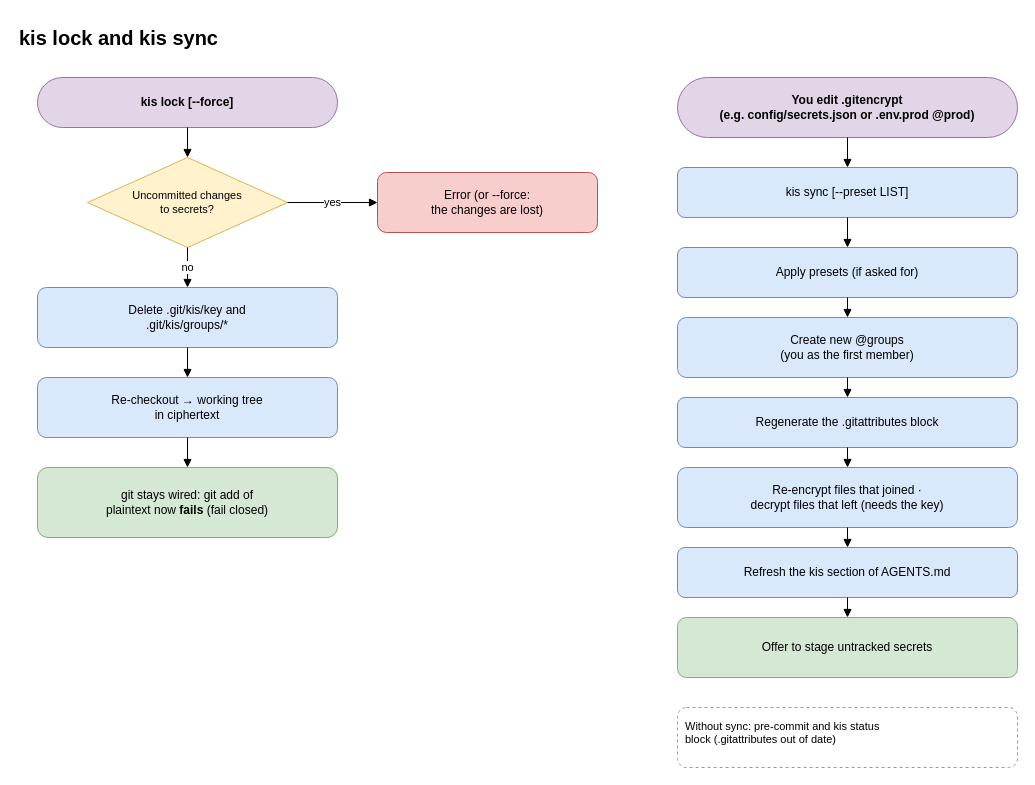
Above: page "9 · kis lock / kis sync" (9 of 13) of docs/diagrams/kis-flows.drawio in juanfraherrero/keep-in-secret (draw.io), before the change. Source tidied: cells renumbered, new cells numbered last; positions are measured from the earlier drawing's top-left corner, leaving out a move shared by most shapes. Both pictures are drawn from the tidied source at 100%, with x=0, y=0 at pixel (17, 17).
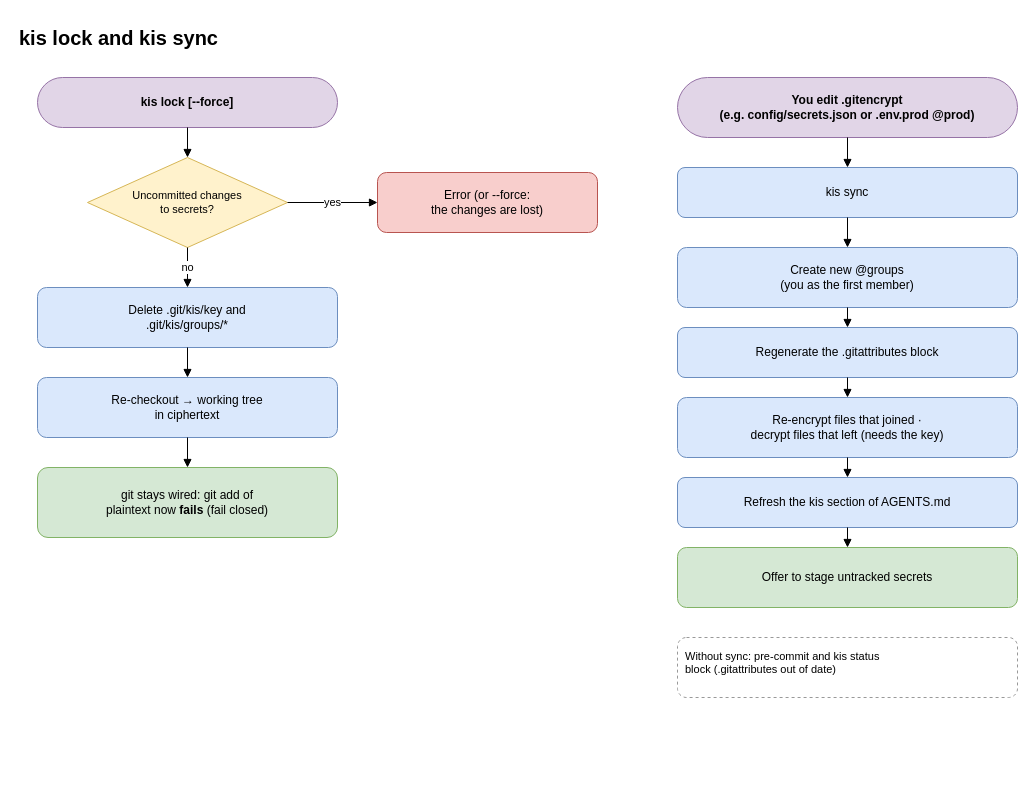
The same page after the edit.

The change refers to these unchanged cells:
```xml
<mxCell id="14" value="You edit .gitencrypt&lt;br&gt;(e.g. config/secrets.json or .env.prod @prod)" style="rounded=1;arcSize=50;whiteSpace=wrap;html=1;fillColor=#e1d5e7;strokeColor=#9673a6;fontStyle=1;fontSize=12;" parent="1" vertex="1">
  <mxGeometry x="660" y="60" width="340" height="60" as="geometry" />
</mxCell>
```

The edit, as a diff of the source:
```diff
@@
-    <mxCell id="15" value="kis sync [--preset LIST]" style="rounded=1;whiteSpace=wrap;html=1;fillColor=#dae8fc;strokeColor=#6c8ebf;fontSize=12;" parent="1" vertex="1">
+    <mxCell id="15" value="kis sync" style="rounded=1;whiteSpace=wrap;html=1;fillColor=#dae8fc;strokeColor=#6c8ebf;fontSize=12;" parent="1" vertex="1">
       <mxGeometry x="660" y="150" width="340" height="50" as="geometry" />
     </mxCell>
-    <mxCell id="16" value="Apply presets (if asked for)" style="rounded=1;whiteSpace=wrap;html=1;fillColor=#dae8fc;strokeColor=#6c8ebf;fontSize=12;" parent="1" vertex="1">
-      <mxGeometry x="660" y="230" width="340" height="50" as="geometry" />
-    </mxCell>
     <mxCell id="17" value="Create new @groups&lt;br&gt;(you as the first member)" style="rounded=1;whiteSpace=wrap;html=1;fillColor=#dae8fc;strokeColor=#6c8ebf;fontSize=12;" parent="1" vertex="1">
-      <mxGeometry x="660" y="300" width="340" height="60" as="geometry" />
+      <mxGeometry x="660" y="230" width="340" height="60" as="geometry" />
     </mxCell>
     <mxCell id="18" value="Regenerate the .gitattributes block" style="rounded=1;whiteSpace=wrap;html=1;fillColor=#dae8fc;strokeColor=#6c8ebf;fontSize=12;" parent="1" vertex="1">
-      <mxGeometry x="660" y="380" width="340" height="50" as="geometry" />
+      <mxGeometry x="660" y="310" width="340" height="50" as="geometry" />
     </mxCell>
     <mxCell id="19" value="Re-encrypt files that joined ·&lt;br&gt;decrypt files that left (needs the key)" style="rounded=1;whiteSpace=wrap;html=1;fillColor=#dae8fc;strokeColor=#6c8ebf;fontSize=12;" parent="1" vertex="1">
-      <mxGeometry x="660" y="450" width="340" height="60" as="geometry" />
+      <mxGeometry x="660" y="380" width="340" height="60" as="geometry" />
     </mxCell>
     <mxCell id="20" value="Refresh the kis section of AGENTS.md" style="rounded=1;whiteSpace=wrap;html=1;fillColor=#dae8fc;strokeColor=#6c8ebf;fontSize=12;" parent="1" vertex="1">
-      <mxGeometry x="660" y="530" width="340" height="50" as="geometry" />
+      <mxGeometry x="660" y="460" width="340" height="50" as="geometry" />
     </mxCell>
     <mxCell id="21" value="Offer to stage untracked secrets" style="rounded=1;whiteSpace=wrap;html=1;fillColor=#d5e8d4;strokeColor=#82b366;fontSize=12;" parent="1" vertex="1">
-      <mxGeometry x="660" y="600" width="340" height="60" as="geometry" />
+      <mxGeometry x="660" y="530" width="340" height="60" as="geometry" />
     </mxCell>
     <mxCell id="22" value="Without sync: pre-commit and kis status&lt;br&gt;block (.gitattributes out of date)" style="rounded=1;whiteSpace=wrap;html=1;fillColor=#ffffff;strokeColor=#999999;dashed=1;fontSize=11;align=left;verticalAlign=top;spacing=8;" parent="1" vertex="1">
-      <mxGeometry x="660" y="690" width="340" height="60" as="geometry" />
+      <mxGeometry x="660" y="620" width="340" height="60" as="geometry" />
     </mxCell>
+    <mxCell id="30" style="edgeStyle=orthogonalEdgeStyle;rounded=1;html=1;endArrow=block;endFill=1;fontSize=11;" parent="1" edge="1" source="14" target="15">
+      <mxGeometry relative="1" as="geometry" />
+    </mxCell>
-    <mxCell id="23" style="edgeStyle=orthogonalEdgeStyle;rounded=1;html=1;endArrow=block;endFill=1;fontSize=11;" parent="1" edge="1" source="14" target="15">
+    <mxCell id="23" style="edgeStyle=orthogonalEdgeStyle;rounded=1;html=1;endArrow=block;endFill=1;fontSize=11;" parent="1" edge="1" source="15" target="17">
       <mxGeometry relative="1" as="geometry" />
     </mxCell>
-    <mxCell id="24" style="edgeStyle=orthogonalEdgeStyle;rounded=1;html=1;endArrow=block;endFill=1;fontSize=11;" parent="1" edge="1" source="15" target="16">
+    <mxCell id="24" style="edgeStyle=orthogonalEdgeStyle;rounded=1;html=1;endArrow=block;endFill=1;fontSize=11;" parent="1" edge="1" source="17" target="18">
       <mxGeometry relative="1" as="geometry" />
     </mxCell>
-    <mxCell id="25" style="edgeStyle=orthogonalEdgeStyle;rounded=1;html=1;endArrow=block;endFill=1;fontSize=11;" parent="1" edge="1" source="16" target="17">
+    <mxCell id="25" style="edgeStyle=orthogonalEdgeStyle;rounded=1;html=1;endArrow=block;endFill=1;fontSize=11;" parent="1" edge="1" source="18" target="19">
       <mxGeometry relative="1" as="geometry" />
     </mxCell>
-    <mxCell id="26" style="edgeStyle=orthogonalEdgeStyle;rounded=1;html=1;endArrow=block;endFill=1;fontSize=11;" parent="1" edge="1" source="17" target="18">
+    <mxCell id="26" style="edgeStyle=orthogonalEdgeStyle;rounded=1;html=1;endArrow=block;endFill=1;fontSize=11;" parent="1" edge="1" source="19" target="20">
       <mxGeometry relative="1" as="geometry" />
     </mxCell>
-    <mxCell id="27" style="edgeStyle=orthogonalEdgeStyle;rounded=1;html=1;endArrow=block;endFill=1;fontSize=11;" parent="1" edge="1" source="18" target="19">
+    <mxCell id="27" style="edgeStyle=orthogonalEdgeStyle;rounded=1;html=1;endArrow=block;endFill=1;fontSize=11;" parent="1" edge="1" source="20" target="21">
       <mxGeometry relative="1" as="geometry" />
     </mxCell>
-    <mxCell id="28" style="edgeStyle=orthogonalEdgeStyle;rounded=1;html=1;endArrow=block;endFill=1;fontSize=11;" parent="1" edge="1" source="19" target="20">
-      <mxGeometry relative="1" as="geometry" />
-    </mxCell>
-    <mxCell id="29" style="edgeStyle=orthogonalEdgeStyle;rounded=1;html=1;endArrow=block;endFill=1;fontSize=11;" parent="1" edge="1" source="20" target="21">
-      <mxGeometry relative="1" as="geometry" />
-    </mxCell>
```
